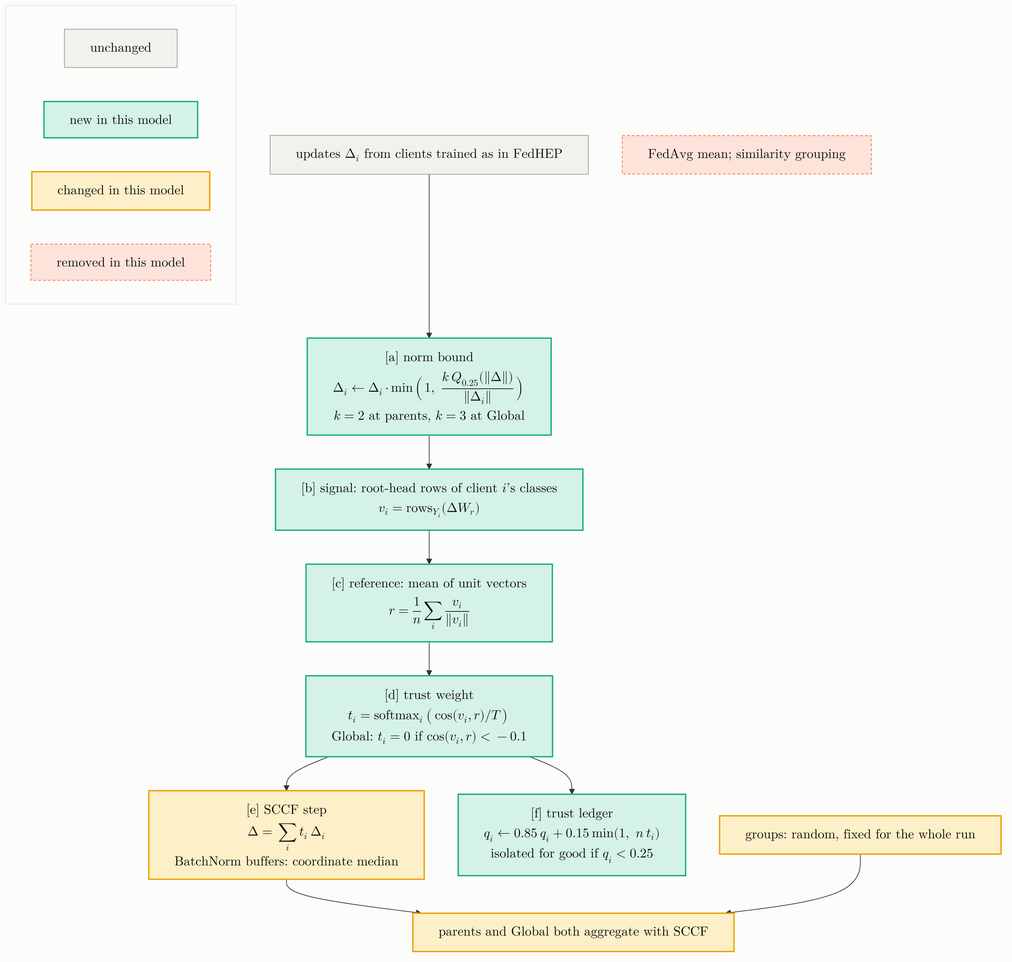
Before: docs/report/figures/diagrams/04_defended_round.png, a diagram exported from Mermaid (BinhPhamTieSinger/RFL_Lab). Its source is kept beside it as docs/report/diagrams/04_defended_round.mmd. The source it was exported from:
```mermaid
flowchart TD
  UP["$$\begin{array}{c}\text{updates }\Delta_i\text{ from clients trained as in FedHEP}\end{array}$$"]:::same
  NB["$$\begin{array}{c}\text{[a] norm bound} \cr \displaystyle \Delta_i \leftarrow \Delta_i \cdot \min\Big(1,\ \frac{k\,Q_{0.25}(\|\Delta\|)}{\|\Delta_i\|}\Big) \cr k = 2\text{ at parents, }k = 3\text{ at Global}\end{array}$$"]:::new
  SIG["$$\begin{array}{c}\text{[b] signal: root-head rows of client }i\text{'s classes} \cr \displaystyle v_i = \mathrm{rows}_{Y_i}(\Delta W_r)\end{array}$$"]:::new
  REF["$$\begin{array}{c}\text{[c] reference: mean of unit vectors} \cr \displaystyle r = \frac{1}{n}\sum_i \frac{v_i}{\|v_i\|}\end{array}$$"]:::new
  TW["$$\begin{array}{c}\text{[d] trust weight} \cr \displaystyle t_i = \mathrm{softmax}_i\big(\cos(v_i, r) / T\big) \cr \text{Global: }t_i = 0\text{ if }\cos(v_i, r) \lt  -0.1\end{array}$$"]:::new
  AGG["$$\begin{array}{c}\text{[e] SCCF step} \cr \displaystyle \Delta = \sum_i t_i\,\Delta_i \cr \text{BatchNorm buffers: coordinate median}\end{array}$$"]:::changed
  TL["$$\begin{array}{c}\text{[f] trust ledger} \cr \displaystyle q_i \leftarrow 0.85\,q_i + 0.15\,\min(1,\ n\,t_i) \cr \text{isolated for good if }q_i \lt  0.25\end{array}$$"]:::new
  PAR["$$\begin{array}{c}\text{parents and Global both aggregate with SCCF}\end{array}$$"]:::changed
  GRP["$$\begin{array}{c}\text{groups: random, fixed for the whole run}\end{array}$$"]:::changed
  OLD["$$\begin{array}{c}\text{FedAvg mean; similarity grouping}\end{array}$$"]:::gone
  UP --> NB
  NB --> SIG
  SIG --> REF
  REF --> TW
  TW --> AGG
  TW --> TL
  AGG --> PAR
  GRP --> PAR
  subgraph LEG[" "]
    direction LR
    l0["$$\begin{array}{c}\text{unchanged}\end{array}$$"]:::same
    l1["$$\begin{array}{c}\text{new in this model}\end{array}$$"]:::new
    l2["$$\begin{array}{c}\text{changed in this model}\end{array}$$"]:::changed
    l3["$$\begin{array}{c}\text{removed in this model}\end{array}$$"]:::gone
  end
  style LEG fill:#fcfcfb,stroke:#e4e3df
  classDef same fill:#f2f1ee,stroke:#9a9893,color:#0b0b0b
  classDef new fill:#d5f2e6,stroke:#1baf7a,stroke-width:2px,color:#0b0b0b
  classDef changed fill:#fdefc8,stroke:#eda100,stroke-width:2px,color:#0b0b0b
  classDef gone fill:#fde3d9,stroke:#eb6834,stroke-dasharray:4 3,color:#0b0b0b
  classDef trunk fill:#e8eef9,stroke:#2a78d6,color:#0b0b0b
  classDef head fill:#fdefc8,stroke:#eda100,color:#0b0b0b
  classDef k fill:#d5f2e6,stroke:#1baf7a,color:#0b0b0b
  classDef x fill:#fde3d9,stroke:#eb6834,color:#0b0b0b
  classDef w fill:#fdefc8,stroke:#eda100,color:#0b0b0b
```
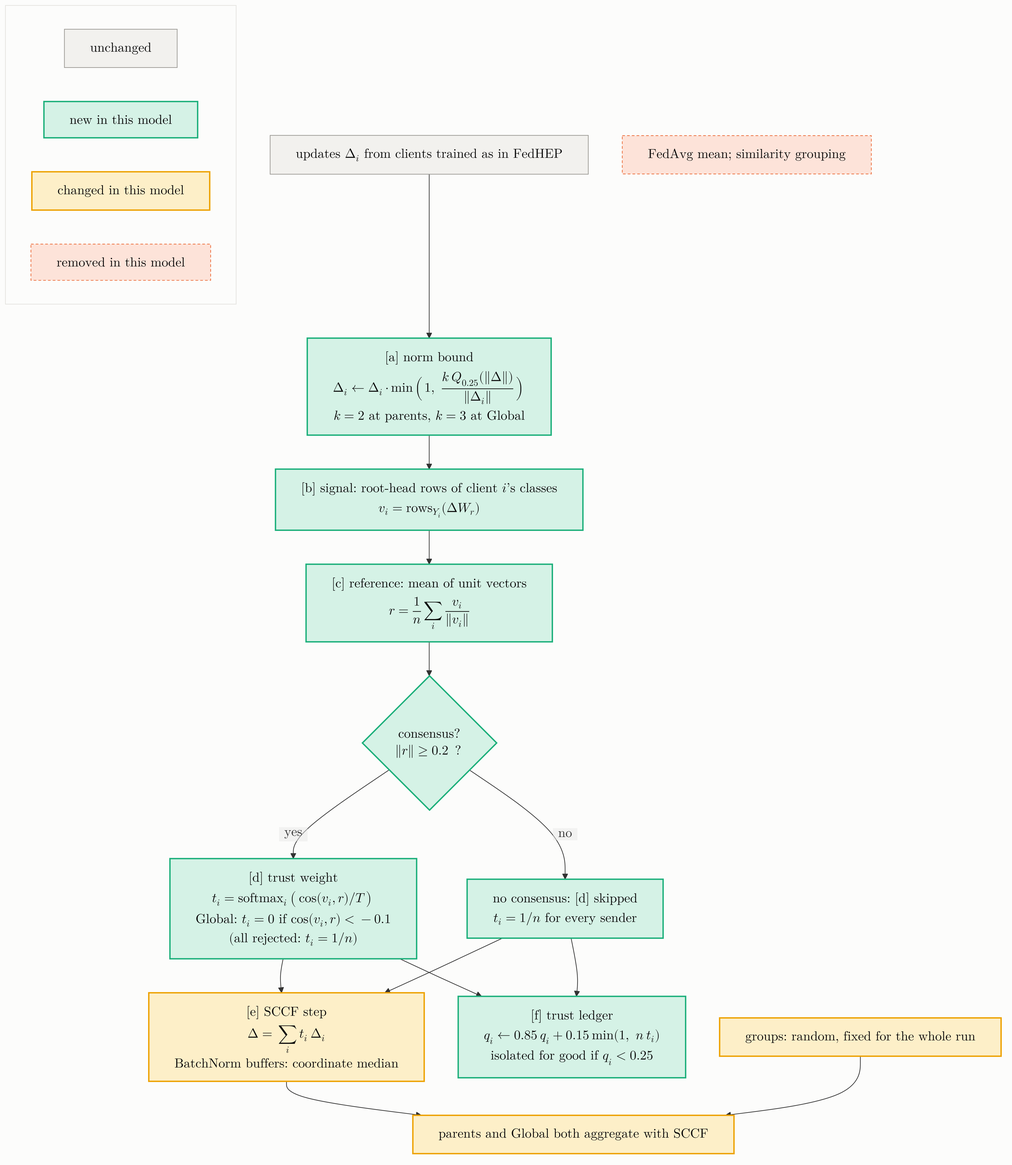
After the change.

Commit message:
Defended FedHEP diagram and text: the no-consensus branch skips [d] (equal weights, full ledger credit)

Diff of the diagram source:
```diff
@@ -3,7 +3,9 @@
   NB["$$\begin{array}{c}\text{[a] norm bound} \cr \displaystyle \Delta_i \leftarrow \Delta_i \cdot \min\Big(1,\ \frac{k\,Q_{0.25}(\|\Delta\|)}{\|\Delta_i\|}\Big) \cr k = 2\text{ at parents, }k = 3\text{ at Global}\end{array}$$"]:::new
   SIG["$$\begin{array}{c}\text{[b] signal: root-head rows of client }i\text{'s classes} \cr \displaystyle v_i = \mathrm{rows}_{Y_i}(\Delta W_r)\end{array}$$"]:::new
   REF["$$\begin{array}{c}\text{[c] reference: mean of unit vectors} \cr \displaystyle r = \frac{1}{n}\sum_i \frac{v_i}{\|v_i\|}\end{array}$$"]:::new
-  TW["$$\begin{array}{c}\text{[d] trust weight} \cr \displaystyle t_i = \mathrm{softmax}_i\big(\cos(v_i, r) / T\big) \cr \text{Global: }t_i = 0\text{ if }\cos(v_i, r) \lt  -0.1\end{array}$$"]:::new
+  CON{"$$\begin{array}{c}\text{consensus?} \cr \displaystyle \|r\| \ge 0.2\ ?\end{array}$$"}:::new
+  EQ["$$\begin{array}{c}\text{no consensus: [d] skipped} \cr \displaystyle t_i = 1/n \text{ for every sender}\end{array}$$"]:::new
+  TW["$$\begin{array}{c}\text{[d] trust weight} \cr \displaystyle t_i = \mathrm{softmax}_i\big(\cos(v_i, r) / T\big) \cr \text{Global: }t_i = 0\text{ if }\cos(v_i, r) \lt  -0.1 \cr \text{(all rejected: }t_i = 1/n\text{)}\end{array}$$"]:::new
   AGG["$$\begin{array}{c}\text{[e] SCCF step} \cr \displaystyle \Delta = \sum_i t_i\,\Delta_i \cr \text{BatchNorm buffers: coordinate median}\end{array}$$"]:::changed
   TL["$$\begin{array}{c}\text{[f] trust ledger} \cr \displaystyle q_i \leftarrow 0.85\,q_i + 0.15\,\min(1,\ n\,t_i) \cr \text{isolated for good if }q_i \lt  0.25\end{array}$$"]:::new
   PAR["$$\begin{array}{c}\text{parents and Global both aggregate with SCCF}\end{array}$$"]:::changed
@@ -12,9 +14,13 @@
   UP --> NB
   NB --> SIG
   SIG --> REF
-  REF --> TW
+  REF --> CON
+  CON -->|"$$\begin{array}{c}\text{yes}\end{array}$$"| TW
+  CON -->|"$$\begin{array}{c}\text{no}\end{array}$$"| EQ
   TW --> AGG
+  EQ --> AGG
   TW --> TL
+  EQ --> TL
   AGG --> PAR
   GRP --> PAR
   subgraph LEG[" "]
```
